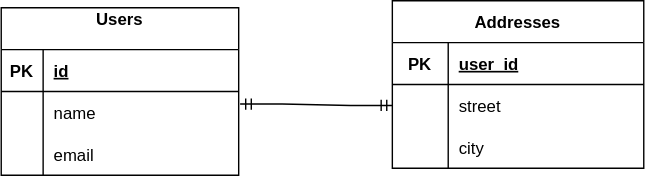
Before: schemaDesign/schema.svg, a diagram exported from draw.io (sasuke007/MySqlConnectionDemo). Source tidied: cells renumbered, new cells last; positions are measured from the earlier drawing's top-left corner, leaving out a move shared by most shapes. The source it was exported from:
```xml
<mxGraphModel>
  <root>
    <mxCell id="0" />
    <mxCell id="1" parent="0" />
    <mxCell id="2" value="Users&#10;" style="shape=table;startSize=30;rowLines=0;fontStyle=1;align=center;" parent="1" vertex="1">
      <mxGeometry y="5" width="170" height="120" as="geometry" />
    </mxCell>
    <mxCell id="3" style="shape=partialRectangle;fillColor=none;top=0;left=0;bottom=1;right=0;" parent="2" vertex="1">
      <mxGeometry y="30" width="170" height="30" as="geometry" />
    </mxCell>
    <mxCell id="4" value="PK" style="shape=partialRectangle;fillColor=none;top=0;left=0;bottom=0;right=0;fontStyle=1;overflow=hidden;" parent="3" vertex="1">
      <mxGeometry width="30" height="30" as="geometry" />
    </mxCell>
    <mxCell id="5" value="id" style="shape=partialRectangle;fillColor=none;top=0;left=0;bottom=0;right=0;align=left;spacingLeft=6;fontStyle=5;overflow=hidden;" parent="3" vertex="1">
      <mxGeometry x="30" width="140" height="30" as="geometry" />
    </mxCell>
    <mxCell id="6" style="shape=partialRectangle;fillColor=none;top=0;left=0;bottom=0;right=0;points=[[0,0.5],[1,0.5]];portConstraint=eastwest;" parent="2" vertex="1">
      <mxGeometry y="60" width="170" height="30" as="geometry" />
    </mxCell>
    <mxCell id="7" style="shape=partialRectangle;fillColor=none;top=0;left=0;bottom=0;right=0;overflow=hidden;" parent="6" vertex="1">
      <mxGeometry width="30" height="30" as="geometry" />
    </mxCell>
    <mxCell id="8" value="name" style="shape=partialRectangle;fillColor=none;top=0;left=0;bottom=0;right=0;align=left;spacingLeft=6;overflow=hidden;" parent="6" vertex="1">
      <mxGeometry x="30" width="140" height="30" as="geometry" />
    </mxCell>
    <mxCell id="9" style="shape=partialRectangle;fillColor=none;top=0;left=0;bottom=0;right=0;" parent="2" vertex="1">
      <mxGeometry y="90" width="170" height="30" as="geometry" />
    </mxCell>
    <mxCell id="10" style="shape=partialRectangle;fillColor=none;top=0;left=0;bottom=0;right=0;overflow=hidden;" parent="9" vertex="1">
      <mxGeometry width="30" height="30" as="geometry" />
    </mxCell>
    <mxCell id="11" value="email" style="shape=partialRectangle;fillColor=none;top=0;left=0;bottom=0;right=0;align=left;spacingLeft=6;overflow=hidden;" parent="9" vertex="1">
      <mxGeometry x="30" width="140" height="30" as="geometry" />
    </mxCell>
    <mxCell id="12" value="Addresses" style="shape=table;startSize=30;rowLines=0;fontStyle=1;align=center;" parent="1" vertex="1">
      <mxGeometry x="280" width="180" height="120" as="geometry" />
    </mxCell>
    <mxCell id="13" style="shape=partialRectangle;fillColor=none;top=0;left=0;bottom=1;right=0;" parent="12" vertex="1">
      <mxGeometry y="30" width="180" height="30" as="geometry" />
    </mxCell>
    <mxCell id="14" value="PK" style="shape=partialRectangle;fillColor=none;top=0;left=0;bottom=0;right=0;fontStyle=1;overflow=hidden;" parent="13" vertex="1">
      <mxGeometry width="40" height="30" as="geometry" />
    </mxCell>
    <mxCell id="15" value="user_id" style="shape=partialRectangle;fillColor=none;top=0;left=0;bottom=0;right=0;align=left;spacingLeft=6;fontStyle=5;overflow=hidden;" parent="13" vertex="1">
      <mxGeometry x="40" width="140" height="30" as="geometry" />
    </mxCell>
    <mxCell id="16" style="shape=partialRectangle;fillColor=none;top=0;left=0;bottom=0;right=0;points=[[0,0.5],[1,0.5]];portConstraint=eastwest;" parent="12" vertex="1">
      <mxGeometry y="60" width="180" height="30" as="geometry" />
    </mxCell>
    <mxCell id="17" style="shape=partialRectangle;fillColor=none;top=0;left=0;bottom=0;right=0;overflow=hidden;" parent="16" vertex="1">
      <mxGeometry width="40" height="30" as="geometry" />
    </mxCell>
    <mxCell id="18" value="street" style="shape=partialRectangle;fillColor=none;top=0;left=0;bottom=0;right=0;align=left;spacingLeft=6;overflow=hidden;" parent="16" vertex="1">
      <mxGeometry x="40" width="140" height="30" as="geometry" />
    </mxCell>
    <mxCell id="19" style="shape=partialRectangle;fillColor=none;top=0;left=0;bottom=0;right=0;" parent="12" vertex="1">
      <mxGeometry y="90" width="180" height="30" as="geometry" />
    </mxCell>
    <mxCell id="20" style="shape=partialRectangle;fillColor=none;top=0;left=0;bottom=0;right=0;overflow=hidden;" parent="19" vertex="1">
      <mxGeometry width="40" height="30" as="geometry" />
    </mxCell>
    <mxCell id="21" value="city" style="shape=partialRectangle;fillColor=none;top=0;left=0;bottom=0;right=0;align=left;spacingLeft=6;overflow=hidden;" parent="19" vertex="1">
      <mxGeometry x="40" width="140" height="30" as="geometry" />
    </mxCell>
    <mxCell id="22" style="edgeStyle=entityRelationEdgeStyle;fontSize=12;html=1;endArrow=ERmandOne;startArrow=ERmandOne;rounded=0;exitX=1.006;exitY=0.3;exitDx=0;exitDy=0;exitPerimeter=0;entryX=0;entryY=0.5;entryDx=0;entryDy=0;" parent="1" edge="1" source="6" target="16">
      <mxGeometry relative="1" as="geometry" />
    </mxCell>
  </root>
</mxGraphModel>
```
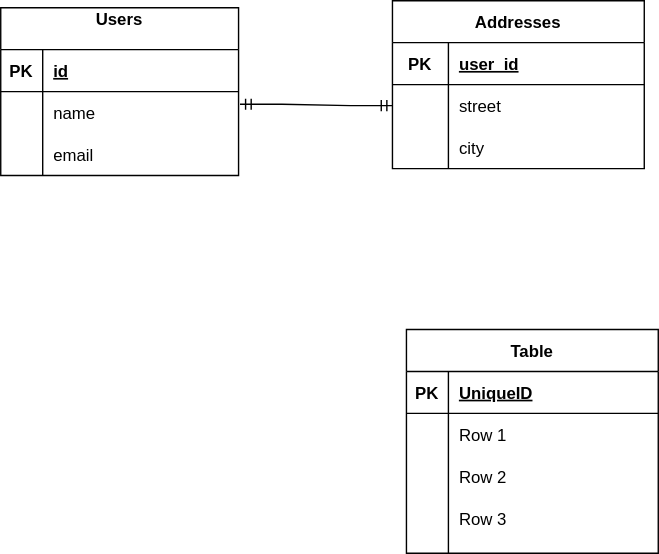
The same file after the commit.

Change to the diagram source:
```diff
@@ -65,5 +65,44 @@
     <mxCell id="22" style="edgeStyle=entityRelationEdgeStyle;fontSize=12;html=1;endArrow=ERmandOne;startArrow=ERmandOne;rounded=0;exitX=1.006;exitY=0.3;exitDx=0;exitDy=0;exitPerimeter=0;entryX=0;entryY=0.5;entryDx=0;entryDy=0;" parent="1" edge="1" source="6" target="16">
       <mxGeometry relative="1" as="geometry" />
     </mxCell>
+    <mxCell id="23" value="Table" style="shape=table;startSize=30;rowLines=0;fontStyle=1;align=center;" parent="1" vertex="1">
+      <mxGeometry x="290" y="235" width="180" height="160" as="geometry" />
+    </mxCell>
+    <mxCell id="24" style="shape=partialRectangle;fillColor=none;top=0;left=0;bottom=1;right=0;" parent="23" vertex="1">
+      <mxGeometry y="30" width="180" height="30" as="geometry" />
+    </mxCell>
+    <mxCell id="25" value="PK" style="shape=partialRectangle;fillColor=none;top=0;left=0;bottom=0;right=0;fontStyle=1;overflow=hidden;" parent="24" vertex="1">
+      <mxGeometry width="30" height="30" as="geometry" />
+    </mxCell>
+    <mxCell id="26" value="UniqueID" style="shape=partialRectangle;fillColor=none;top=0;left=0;bottom=0;right=0;align=left;spacingLeft=6;fontStyle=5;overflow=hidden;" parent="24" vertex="1">
+      <mxGeometry x="30" width="150" height="30" as="geometry" />
+    </mxCell>
+    <mxCell id="27" style="shape=partialRectangle;fillColor=none;top=0;left=0;bottom=0;right=0;" parent="23" vertex="1">
+      <mxGeometry y="60" width="180" height="30" as="geometry" />
+    </mxCell>
+    <mxCell id="28" style="shape=partialRectangle;fillColor=none;top=0;left=0;bottom=0;right=0;overflow=hidden;" parent="27" vertex="1">
+      <mxGeometry width="30" height="30" as="geometry" />
+    </mxCell>
+    <mxCell id="29" value="Row 1" style="shape=partialRectangle;fillColor=none;top=0;left=0;bottom=0;right=0;align=left;spacingLeft=6;overflow=hidden;" parent="27" vertex="1">
+      <mxGeometry x="30" width="150" height="30" as="geometry" />
+    </mxCell>
+    <mxCell id="30" style="shape=partialRectangle;fillColor=none;top=0;left=0;bottom=0;right=0;" parent="23" vertex="1">
+      <mxGeometry y="90" width="180" height="30" as="geometry" />
+    </mxCell>
+    <mxCell id="31" style="shape=partialRectangle;fillColor=none;top=0;left=0;bottom=0;right=0;overflow=hidden;" parent="30" vertex="1">
+      <mxGeometry width="30" height="30" as="geometry" />
+    </mxCell>
+    <mxCell id="32" value="Row 2" style="shape=partialRectangle;fillColor=none;top=0;left=0;bottom=0;right=0;align=left;spacingLeft=6;overflow=hidden;" parent="30" vertex="1">
+      <mxGeometry x="30" width="150" height="30" as="geometry" />
+    </mxCell>
+    <mxCell id="33" style="shape=partialRectangle;fillColor=none;top=0;left=0;bottom=0;right=0;" parent="23" vertex="1">
+      <mxGeometry y="120" width="180" height="30" as="geometry" />
+    </mxCell>
+    <mxCell id="34" style="shape=partialRectangle;fillColor=none;top=0;left=0;bottom=0;right=0;overflow=hidden;" parent="33" vertex="1">
+      <mxGeometry width="30" height="30" as="geometry" />
+    </mxCell>
+    <mxCell id="35" value="Row 3" style="shape=partialRectangle;fillColor=none;top=0;left=0;bottom=0;right=0;align=left;spacingLeft=6;overflow=hidden;" parent="33" vertex="1">
+      <mxGeometry x="30" width="150" height="30" as="geometry" />
+    </mxCell>
   </root>
 </mxGraphModel>
```
